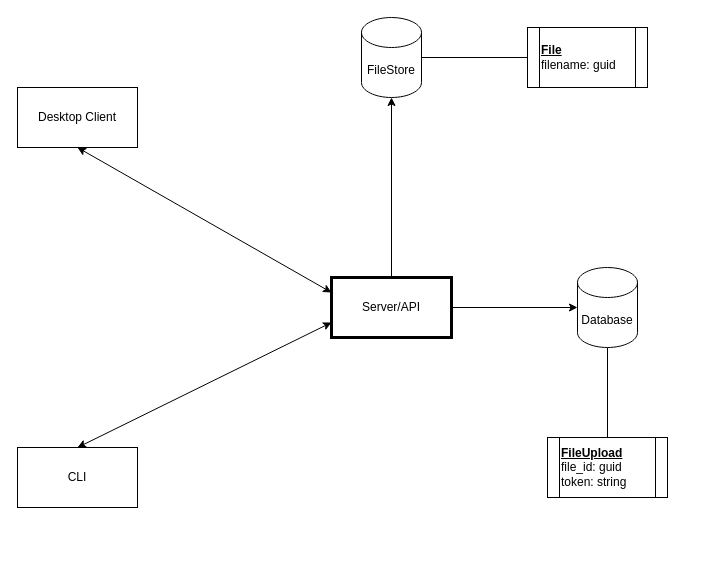
alexohneander/blackhole keeps this draw.io diagram as architecture.drawio. Above is the earlier version. Source tidied: cells renumbered, new cells numbered last; positions are measured from the earlier drawing's top-left corner, leaving out a move shared by most shapes. Both pictures are drawn from the tidied source at 100%, with x=0, y=0 at pixel (17, 17).
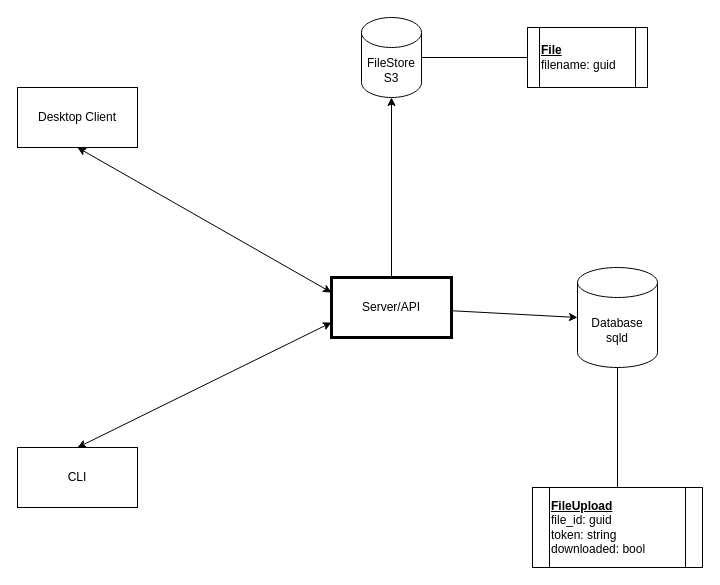
The same diagram, later.

Diff of the diagram source:
```diff
@@
 <mxGraphModel>
   <root>
     <mxCell id="0" />
     <mxCell id="1" parent="0" />
     <mxCell id="2" style="edgeStyle=none;html=1;entryX=0;entryY=0.5;entryDx=0;entryDy=0;entryPerimeter=0;" parent="1" edge="1" source="4" target="6">
       <mxGeometry relative="1" as="geometry" />
     </mxCell>
     <mxCell id="3" style="edgeStyle=none;html=1;startArrow=none;startFill=0;" parent="1" edge="1" source="4" target="12">
       <mxGeometry relative="1" as="geometry" />
     </mxCell>
     <mxCell id="4" value="Server/API" style="rounded=0;whiteSpace=wrap;html=1;strokeColor=default;strokeWidth=3;" parent="1" vertex="1">
       <mxGeometry x="314" y="260" width="120" height="60" as="geometry" />
     </mxCell>
     <mxCell id="5" style="edgeStyle=none;html=1;entryX=0.5;entryY=0;entryDx=0;entryDy=0;startArrow=none;startFill=0;endArrow=none;endFill=0;" parent="1" edge="1" source="6" target="13">
       <mxGeometry relative="1" as="geometry" />
     </mxCell>
-    <mxCell id="6" value="Database" style="shape=cylinder3;whiteSpace=wrap;html=1;boundedLbl=1;backgroundOutline=1;size=15;" parent="1" vertex="1">
-      <mxGeometry x="560" y="250" width="60" height="80" as="geometry" />
+    <mxCell id="6" value="Database&lt;br&gt;sqld" style="shape=cylinder3;whiteSpace=wrap;html=1;boundedLbl=1;backgroundOutline=1;size=15;" parent="1" vertex="1">
+      <mxGeometry x="560" y="250" width="80" height="100" as="geometry" />
     </mxCell>
     <mxCell id="7" style="edgeStyle=none;html=1;entryX=0;entryY=0.25;entryDx=0;entryDy=0;startArrow=classic;startFill=1;exitX=0.5;exitY=1;exitDx=0;exitDy=0;" parent="1" edge="1" source="8" target="4">
       <mxGeometry relative="1" as="geometry" />
     </mxCell>
     <mxCell id="8" value="Desktop Client" style="rounded=0;whiteSpace=wrap;html=1;strokeColor=default;strokeWidth=1;" parent="1" vertex="1">
       <mxGeometry y="70" width="120" height="60" as="geometry" />
     </mxCell>
     <mxCell id="9" style="edgeStyle=none;html=1;entryX=0;entryY=0.75;entryDx=0;entryDy=0;startArrow=classic;startFill=1;exitX=0.5;exitY=0;exitDx=0;exitDy=0;" parent="1" edge="1" source="10" target="4">
       <mxGeometry relative="1" as="geometry" />
     </mxCell>
     <mxCell id="10" value="CLI" style="rounded=0;whiteSpace=wrap;html=1;strokeColor=default;strokeWidth=1;" parent="1" vertex="1">
       <mxGeometry y="430" width="120" height="60" as="geometry" />
     </mxCell>
     <mxCell id="11" style="edgeStyle=none;html=1;entryX=0;entryY=0.5;entryDx=0;entryDy=0;startArrow=none;startFill=0;endArrow=none;endFill=0;" parent="1" edge="1" source="12" target="14">
       <mxGeometry relative="1" as="geometry" />
     </mxCell>
-    <mxCell id="12" value="FileStore" style="shape=cylinder3;whiteSpace=wrap;html=1;boundedLbl=1;backgroundOutline=1;size=15;strokeColor=default;strokeWidth=1;" parent="1" vertex="1">
+    <mxCell id="12" value="FileStore&lt;br&gt;S3" style="shape=cylinder3;whiteSpace=wrap;html=1;boundedLbl=1;backgroundOutline=1;size=15;strokeColor=default;strokeWidth=1;" parent="1" vertex="1">
       <mxGeometry x="344" width="60" height="80" as="geometry" />
     </mxCell>
-    <mxCell id="13" value="&lt;u&gt;&lt;b&gt;FileUpload&lt;/b&gt;&lt;br&gt;&lt;/u&gt;file_id: guid&lt;br&gt;token: string" style="shape=process;whiteSpace=wrap;html=1;backgroundOutline=1;strokeColor=default;strokeWidth=1;align=left;" parent="1" vertex="1">
-      <mxGeometry x="530" y="420" width="120" height="60" as="geometry" />
+    <mxCell id="13" value="&lt;u&gt;&lt;b&gt;FileUpload&lt;/b&gt;&lt;br&gt;&lt;/u&gt;file_id: guid&lt;br&gt;token: string&lt;br&gt;downloaded: bool" style="shape=process;whiteSpace=wrap;html=1;backgroundOutline=1;strokeColor=default;strokeWidth=1;align=left;" parent="1" vertex="1">
+      <mxGeometry x="515" y="470" width="170" height="80" as="geometry" />
     </mxCell>
     <mxCell id="14" value="&lt;u style=&quot;font-weight: bold;&quot;&gt;File&lt;/u&gt;&lt;br&gt;filename: guid" style="shape=process;whiteSpace=wrap;html=1;backgroundOutline=1;strokeColor=default;strokeWidth=1;align=left;" parent="1" vertex="1">
       <mxGeometry x="510" y="10" width="120" height="60" as="geometry" />
     </mxCell>
   </root>
 </mxGraphModel>
```
